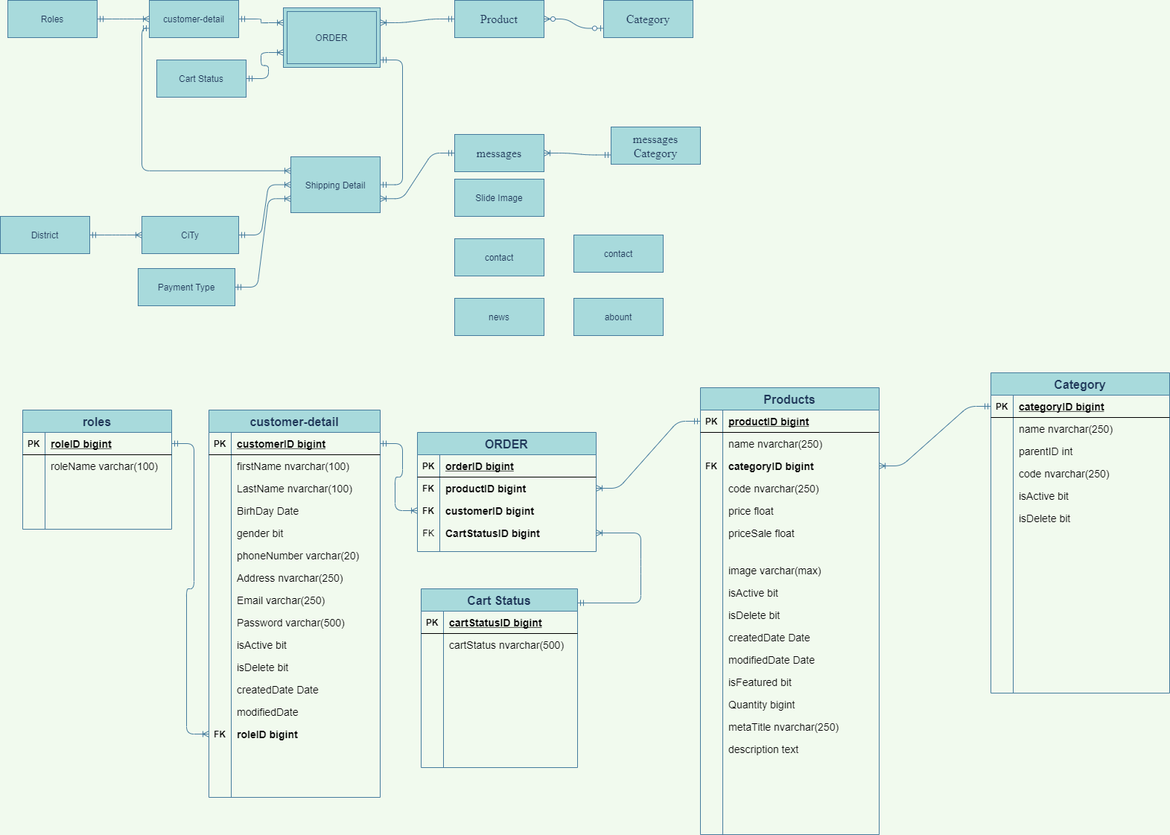
Above: Untitled Diagram.png in maialino123/Eproject-SEM3 (draw.io), before the change. Source tidied: cells renumbered, new cells last; positions are measured from the earlier drawing's top-left corner, leaving out a move shared by most shapes.
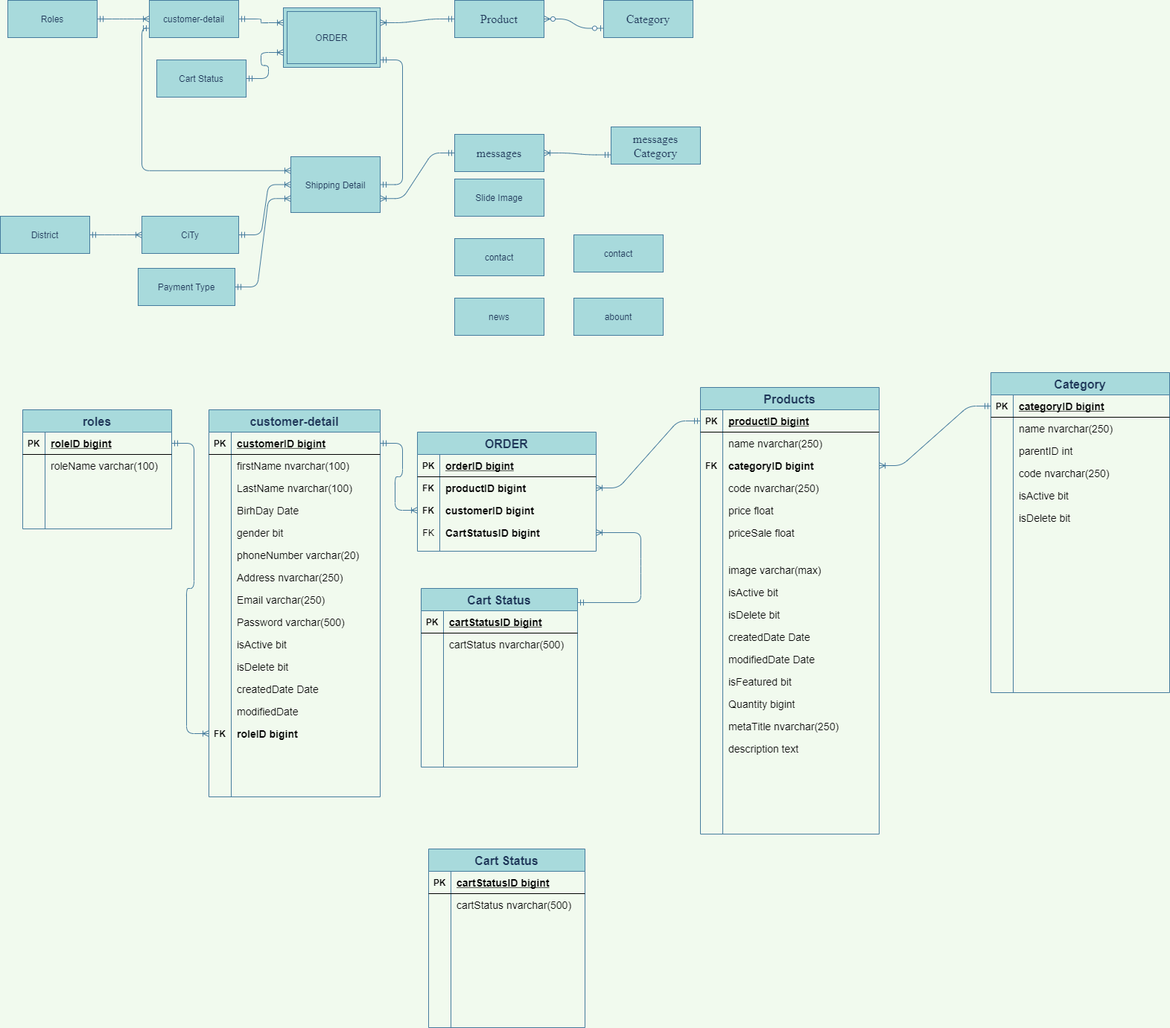
The same file after the commit.

Change to the diagram source:
```diff
@@ -595,5 +595,71 @@
         </Array>
       </mxGeometry>
     </mxCell>
+    <mxCell id="197" value="Cart Status" style="shape=table;startSize=30;rowLines=0;fontStyle=1;align=center;rounded=0;sketch=0;fontColor=#1D3557;strokeColor=#457B9D;fillColor=#A8DADC;fontSize=16;" parent="1" vertex="1">
+      <mxGeometry x="575" y="1140" width="210" height="240" as="geometry" />
+    </mxCell>
+    <mxCell id="198" style="shape=partialRectangle;fillColor=none;top=0;left=0;bottom=1;right=0;" parent="197" vertex="1">
+      <mxGeometry y="30" width="210" height="30" as="geometry" />
+    </mxCell>
+    <mxCell id="199" value="PK" style="shape=partialRectangle;fillColor=none;top=0;left=0;bottom=0;right=0;fontStyle=1;overflow=hidden;" parent="198" vertex="1">
+      <mxGeometry width="30" height="30" as="geometry" />
+    </mxCell>
+    <mxCell id="200" value="cartStatusID bigint" style="shape=partialRectangle;fillColor=none;top=0;left=0;bottom=0;right=0;align=left;spacingLeft=6;fontStyle=5;overflow=hidden;fontSize=14;" parent="198" vertex="1">
+      <mxGeometry x="30" width="180" height="30" as="geometry" />
+    </mxCell>
+    <mxCell id="201" style="shape=partialRectangle;fillColor=none;top=0;left=0;bottom=0;right=0;" parent="197" vertex="1">
+      <mxGeometry y="60" width="210" height="30" as="geometry" />
+    </mxCell>
+    <mxCell id="202" style="shape=partialRectangle;fillColor=none;top=0;left=0;bottom=0;right=0;overflow=hidden;" parent="201" vertex="1">
+      <mxGeometry width="30" height="30" as="geometry" />
+    </mxCell>
+    <mxCell id="203" value="cartStatus nvarchar(500)" style="shape=partialRectangle;fillColor=none;top=0;left=0;bottom=0;right=0;align=left;spacingLeft=6;overflow=hidden;fontSize=14;" parent="201" vertex="1">
+      <mxGeometry x="30" width="180" height="30" as="geometry" />
+    </mxCell>
+    <mxCell id="204" style="shape=partialRectangle;fillColor=none;top=0;left=0;bottom=0;right=0;" parent="197" vertex="1">
+      <mxGeometry y="90" width="210" height="30" as="geometry" />
+    </mxCell>
+    <mxCell id="205" style="shape=partialRectangle;fillColor=none;top=0;left=0;bottom=0;right=0;overflow=hidden;" parent="204" vertex="1">
+      <mxGeometry width="30" height="30" as="geometry" />
+    </mxCell>
+    <mxCell id="206" style="shape=partialRectangle;fillColor=none;top=0;left=0;bottom=0;right=0;align=left;spacingLeft=6;overflow=hidden;" parent="204" vertex="1">
+      <mxGeometry x="30" width="180" height="30" as="geometry" />
+    </mxCell>
+    <mxCell id="207" style="shape=partialRectangle;fillColor=none;top=0;left=0;bottom=0;right=0;" parent="197" vertex="1">
+      <mxGeometry y="120" width="210" height="30" as="geometry" />
+    </mxCell>
+    <mxCell id="208" style="shape=partialRectangle;fillColor=none;top=0;left=0;bottom=0;right=0;overflow=hidden;" parent="207" vertex="1">
+      <mxGeometry width="30" height="30" as="geometry" />
+    </mxCell>
+    <mxCell id="209" style="shape=partialRectangle;fillColor=none;top=0;left=0;bottom=0;right=0;align=left;spacingLeft=6;overflow=hidden;" parent="207" vertex="1">
+      <mxGeometry x="30" width="180" height="30" as="geometry" />
+    </mxCell>
+    <mxCell id="210" style="shape=partialRectangle;fillColor=none;top=0;left=0;bottom=0;right=0;" parent="197" vertex="1">
+      <mxGeometry y="150" width="210" height="30" as="geometry" />
+    </mxCell>
+    <mxCell id="211" style="shape=partialRectangle;fillColor=none;top=0;left=0;bottom=0;right=0;overflow=hidden;" parent="210" vertex="1">
+      <mxGeometry width="30" height="30" as="geometry" />
+    </mxCell>
+    <mxCell id="212" style="shape=partialRectangle;fillColor=none;top=0;left=0;bottom=0;right=0;align=left;spacingLeft=6;overflow=hidden;" parent="210" vertex="1">
+      <mxGeometry x="30" width="180" height="30" as="geometry" />
+    </mxCell>
+    <mxCell id="213" style="shape=partialRectangle;fillColor=none;top=0;left=0;bottom=0;right=0;" parent="197" vertex="1">
+      <mxGeometry y="180" width="210" height="30" as="geometry" />
+    </mxCell>
+    <mxCell id="214" style="shape=partialRectangle;fillColor=none;top=0;left=0;bottom=0;right=0;overflow=hidden;" parent="213" vertex="1">
+      <mxGeometry width="30" height="30" as="geometry" />
+    </mxCell>
+    <mxCell id="215" style="shape=partialRectangle;fillColor=none;top=0;left=0;bottom=0;right=0;align=left;spacingLeft=6;overflow=hidden;" parent="213" vertex="1">
+      <mxGeometry x="30" width="180" height="30" as="geometry" />
+    </mxCell>
+    <mxCell id="216" style="shape=partialRectangle;fillColor=none;top=0;left=0;bottom=0;right=0;" parent="197" vertex="1">
+      <mxGeometry y="210" width="210" height="30" as="geometry" />
+    </mxCell>
+    <mxCell id="217" style="shape=partialRectangle;fillColor=none;top=0;left=0;bottom=0;right=0;overflow=hidden;" parent="216" vertex="1">
+      <mxGeometry width="30" height="30" as="geometry" />
+    </mxCell>
+    <mxCell id="218" style="shape=partialRectangle;fillColor=none;top=0;left=0;bottom=0;right=0;align=left;spacingLeft=6;overflow=hidden;" parent="216" vertex="1">
+      <mxGeometry x="30" width="180" height="30" as="geometry" />
+    </mxCell>
   </root>
 </mxGraphModel>
```
